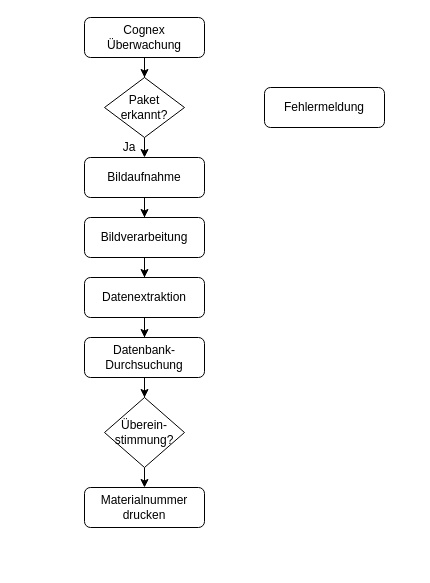
The draw.io diagram Flowchart_Kote.drawio in ShyngysM/drawio, before the edit. Source tidied: cells renumbered, new cells numbered last; positions are measured from the earlier drawing's top-left corner, leaving out a move shared by most shapes. Both pictures are drawn from the tidied source at 100%, with x=0, y=0 at pixel (84, 17).
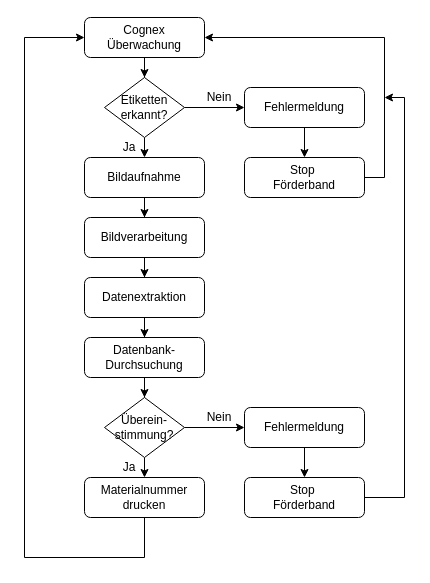
The same page after the edit.

The change refers to these unchanged cells:
```xml
<mxCell id="3" value="&lt;div&gt;Cognex&lt;/div&gt;&lt;div&gt;Überwachung&lt;br&gt;&lt;/div&gt;" style="rounded=1;whiteSpace=wrap;html=1;" parent="1" vertex="1">
  <mxGeometry width="120" height="40" as="geometry" />
</mxCell>
```

What changed in the source:
```diff
@@
+    <mxCell id="19" style="edgeStyle=orthogonalEdgeStyle;rounded=0;jettySize=auto;html=1;entryX=0;entryY=0.5;entryDx=0;entryDy=0;" parent="1" edge="1" source="12" target="3">
+      <mxGeometry relative="1" as="geometry">
+        <Array as="points">
+          <mxPoint x="60" y="540" />
+          <mxPoint x="-60" y="540" />
+          <mxPoint x="-60" y="20" />
+        </Array>
+      </mxGeometry>
+    </mxCell>
     <mxCell id="12" value="&lt;div&gt;Materialnummer&lt;/div&gt;&lt;div&gt;drucken&lt;br&gt;&lt;/div&gt;" style="rounded=1;whiteSpace=wrap;html=1;" parent="1" vertex="1">
-      <mxGeometry y="470" width="120" height="40" as="geometry" />
+      <mxGeometry y="460" width="120" height="40" as="geometry" />
     </mxCell>
@@
+    <mxCell id="20" style="edgeStyle=orthogonalEdgeStyle;rounded=0;jettySize=auto;html=1;entryX=0;entryY=0.5;entryDx=0;entryDy=0;" parent="1" edge="1" source="14" target="28">
+      <mxGeometry relative="1" as="geometry" />
+    </mxCell>
     <mxCell id="14" value="Überein-stimmung?" style="rhombus;whiteSpace=wrap;html=1;" parent="1" vertex="1">
-      <mxGeometry x="20" y="380" width="80" height="70" as="geometry" />
+      <mxGeometry x="20" y="380" width="80" height="60" as="geometry" />
     </mxCell>
@@
+    <mxCell id="21" style="edgeStyle=orthogonalEdgeStyle;rounded=0;jettySize=auto;html=1;entryX=0;entryY=0.5;entryDx=0;entryDy=0;" parent="1" edge="1" source="16" target="18">
+      <mxGeometry relative="1" as="geometry" />
+    </mxCell>
-    <mxCell id="16" value="&lt;div&gt;Paket&lt;/div&gt;&lt;div&gt;erkannt?&lt;br&gt;&lt;/div&gt;" style="rhombus;whiteSpace=wrap;html=1;" parent="1" vertex="1">
+    <mxCell id="16" value="&lt;div&gt;Etiketten&lt;/div&gt;&lt;div&gt;erkannt?&lt;br&gt;&lt;/div&gt;" style="rhombus;whiteSpace=wrap;html=1;" parent="1" vertex="1">
       <mxGeometry x="20" y="60" width="80" height="60" as="geometry" />
     </mxCell>
@@
+    <mxCell id="22" style="edgeStyle=orthogonalEdgeStyle;rounded=0;jettySize=auto;html=1;entryX=0.5;entryY=0;entryDx=0;entryDy=0;" parent="1" edge="1" source="18" target="25">
+      <mxGeometry relative="1" as="geometry" />
+    </mxCell>
     <mxCell id="18" value="Fehlermeldung" style="rounded=1;whiteSpace=wrap;html=1;" parent="1" vertex="1">
-      <mxGeometry x="180" y="70" width="120" height="40" as="geometry" />
+      <mxGeometry x="160" y="70" width="120" height="40" as="geometry" />
     </mxCell>
+    <mxCell id="23" value="Ja" style="text;strokeColor=none;align=center;fillColor=none;html=1;verticalAlign=middle;whiteSpace=wrap;rounded=0;" parent="1" vertex="1">
+      <mxGeometry x="20" y="440" width="50" height="20" as="geometry" />
+    </mxCell>
+    <mxCell id="24" style="edgeStyle=orthogonalEdgeStyle;rounded=0;jettySize=auto;html=1;entryX=1;entryY=0.5;entryDx=0;entryDy=0;exitX=1;exitY=0.5;exitDx=0;exitDy=0;" parent="1" edge="1" source="25" target="3">
+      <mxGeometry relative="1" as="geometry">
+        <Array as="points">
+          <mxPoint x="300" y="160" />
+          <mxPoint x="300" y="20" />
+        </Array>
+      </mxGeometry>
+    </mxCell>
+    <mxCell id="25" value="&lt;div&gt;Stop&amp;nbsp;&lt;/div&gt;&lt;div&gt;Förderband&lt;/div&gt;" style="rounded=1;whiteSpace=wrap;html=1;" parent="1" vertex="1">
+      <mxGeometry x="160" y="140" width="120" height="40" as="geometry" />
+    </mxCell>
+    <mxCell id="26" value="Nein" style="text;strokeColor=none;align=center;fillColor=none;html=1;verticalAlign=middle;whiteSpace=wrap;rounded=0;" parent="1" vertex="1">
+      <mxGeometry x="110" y="70" width="50" height="20" as="geometry" />
+    </mxCell>
+    <mxCell id="27" style="edgeStyle=orthogonalEdgeStyle;rounded=0;jettySize=auto;html=1;entryX=0.5;entryY=0;entryDx=0;entryDy=0;" parent="1" edge="1" source="28" target="30">
+      <mxGeometry relative="1" as="geometry" />
+    </mxCell>
+    <mxCell id="28" value="Fehlermeldung" style="rounded=1;whiteSpace=wrap;html=1;" parent="1" vertex="1">
+      <mxGeometry x="160" y="390" width="120" height="40" as="geometry" />
+    </mxCell>
+    <mxCell id="29" style="edgeStyle=orthogonalEdgeStyle;rounded=0;jettySize=auto;html=1;" parent="1" edge="1" source="30">
+      <mxGeometry relative="1" as="geometry">
+        <mxPoint x="300" y="80" as="targetPoint" />
+        <Array as="points">
+          <mxPoint x="320" y="480" />
+          <mxPoint x="320" y="80" />
+        </Array>
+      </mxGeometry>
+    </mxCell>
+    <mxCell id="30" value="&lt;div&gt;Stop&amp;nbsp;&lt;/div&gt;&lt;div&gt;Förderband&lt;/div&gt;" style="rounded=1;whiteSpace=wrap;html=1;" parent="1" vertex="1">
+      <mxGeometry x="160" y="460" width="120" height="40" as="geometry" />
+    </mxCell>
+    <mxCell id="31" value="Nein" style="text;strokeColor=none;align=center;fillColor=none;html=1;verticalAlign=middle;whiteSpace=wrap;rounded=0;" parent="1" vertex="1">
+      <mxGeometry x="110" y="390" width="50" height="20" as="geometry" />
+    </mxCell>
```
